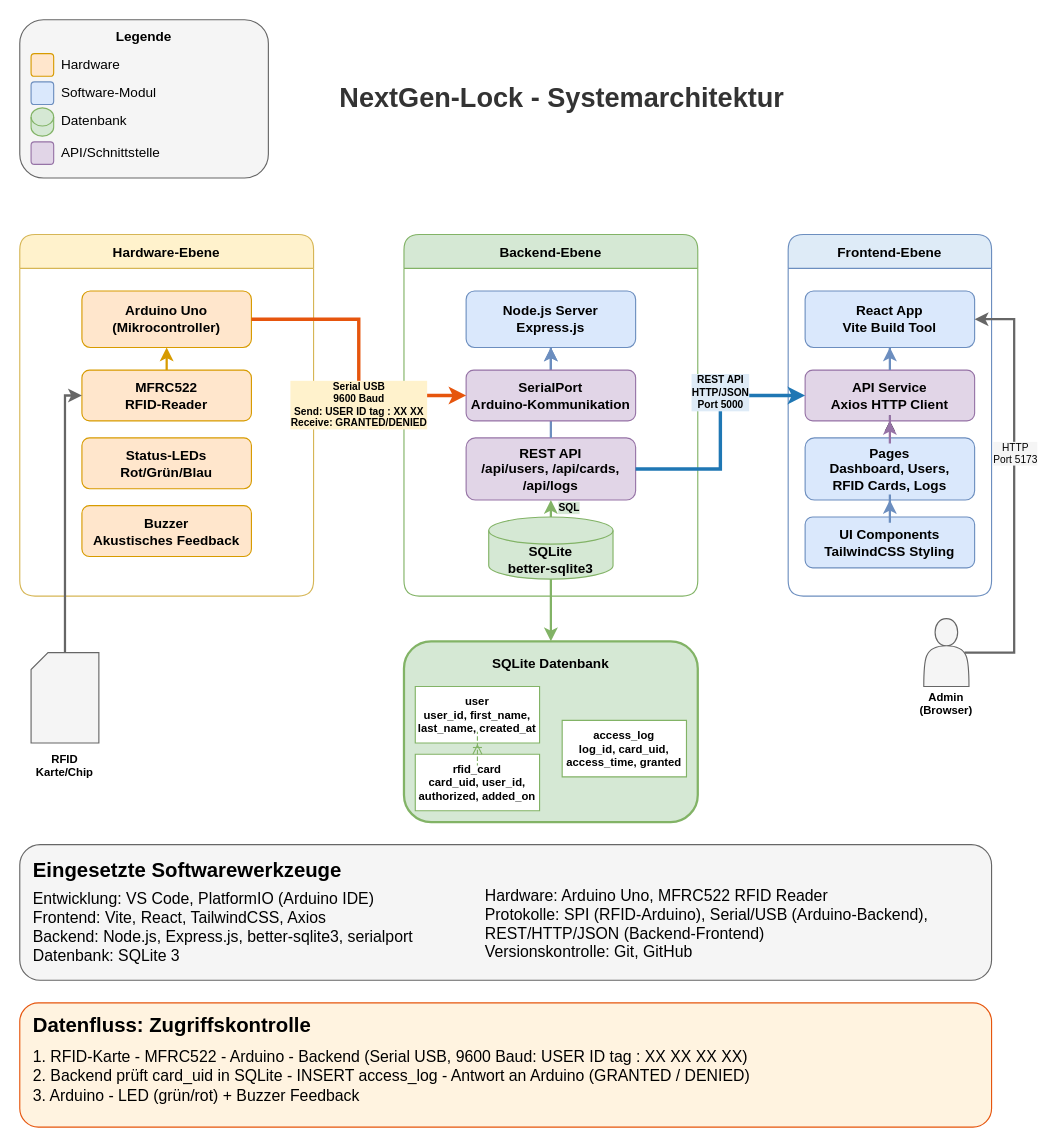
The draw.io diagram docs/NextGenLock-Architektur.drawio in HendrikHoemberg/NextGen-Lock, before the edit. Source tidied: cells renumbered, new cells numbered last; positions are measured from the earlier drawing's top-left corner, leaving out a move shared by most shapes. Both pictures are drawn from the tidied source at 113%, with x=0, y=0 at pixel (19, 19).
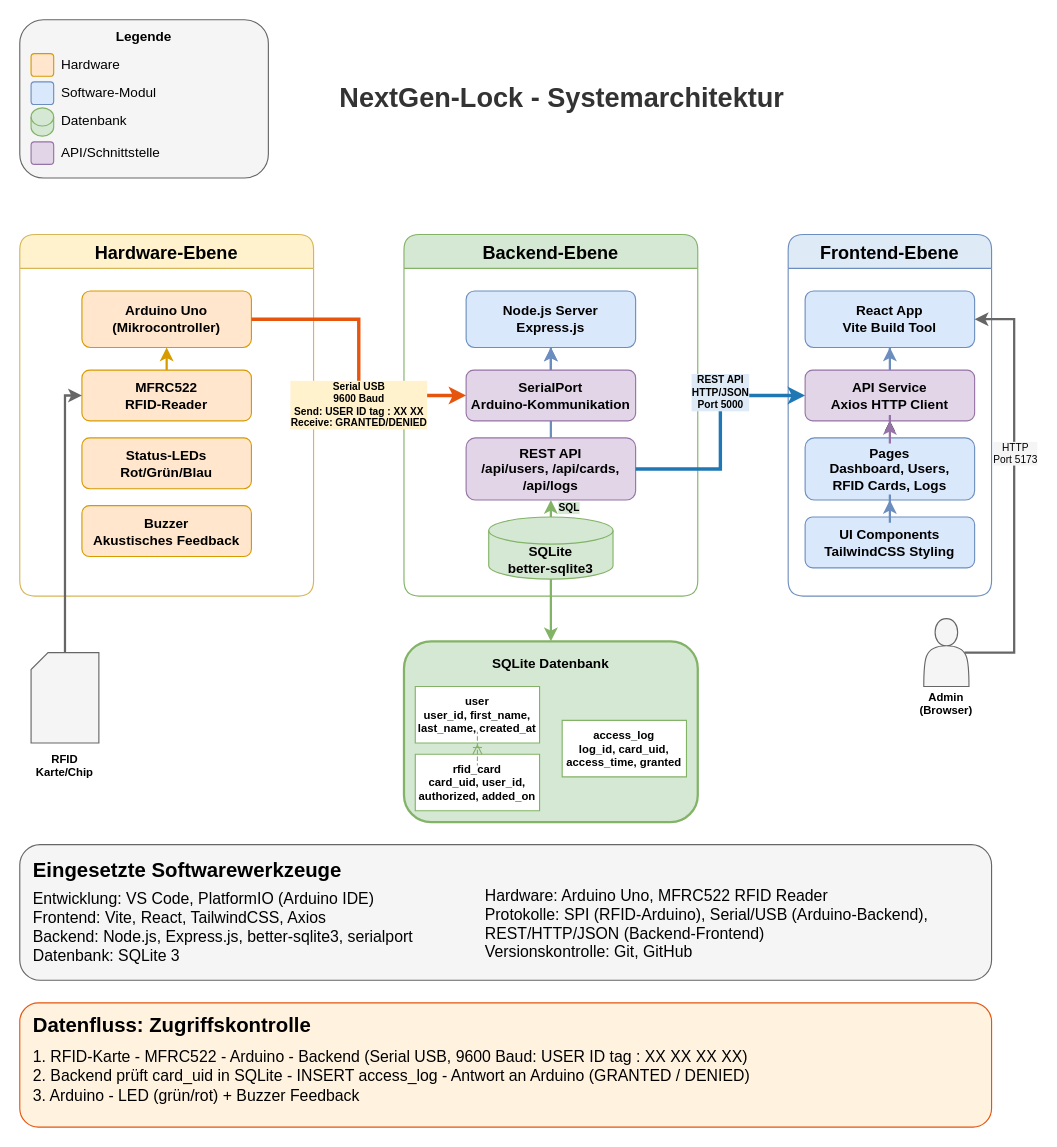
The same diagram, later.

Change to the diagram source:
```diff
@@
-    <mxCell id="15" value="Hardware-Ebene" style="swimlane;horizontal=1;startSize=30;fillColor=#fff2cc;strokeColor=#d6b656;rounded=1;fontStyle=1;" parent="1" vertex="1">
+    <mxCell id="15" value="Hardware-Ebene" style="swimlane;horizontal=1;startSize=30;fillColor=#fff2cc;strokeColor=#d6b656;rounded=1;fontStyle=1;fontSize=16;" parent="1" vertex="1">
       <mxGeometry y="190" width="260" height="320" as="geometry" />
     </mxCell>
@@
-    <mxCell id="21" value="Backend-Ebene" style="swimlane;horizontal=1;startSize=30;fillColor=#d5e8d4;strokeColor=#82b366;rounded=1;fontStyle=1;" parent="1" vertex="1">
+    <mxCell id="21" value="Backend-Ebene" style="swimlane;horizontal=1;startSize=30;fillColor=#d5e8d4;strokeColor=#82b366;rounded=1;fontStyle=1;fontSize=16;" parent="1" vertex="1">
       <mxGeometry x="340" y="190" width="260" height="320" as="geometry" />
     </mxCell>
@@
-    <mxCell id="30" value="Frontend-Ebene" style="swimlane;horizontal=1;startSize=30;fillColor=#deebf7;strokeColor=#6c8ebf;rounded=1;fontStyle=1;" parent="1" vertex="1">
+    <mxCell id="30" value="Frontend-Ebene" style="swimlane;horizontal=1;startSize=30;fillColor=#deebf7;strokeColor=#6c8ebf;rounded=1;fontStyle=1;fontSize=16;" parent="1" vertex="1">
       <mxGeometry x="680" y="190" width="180" height="320" as="geometry" />
     </mxCell>
```
